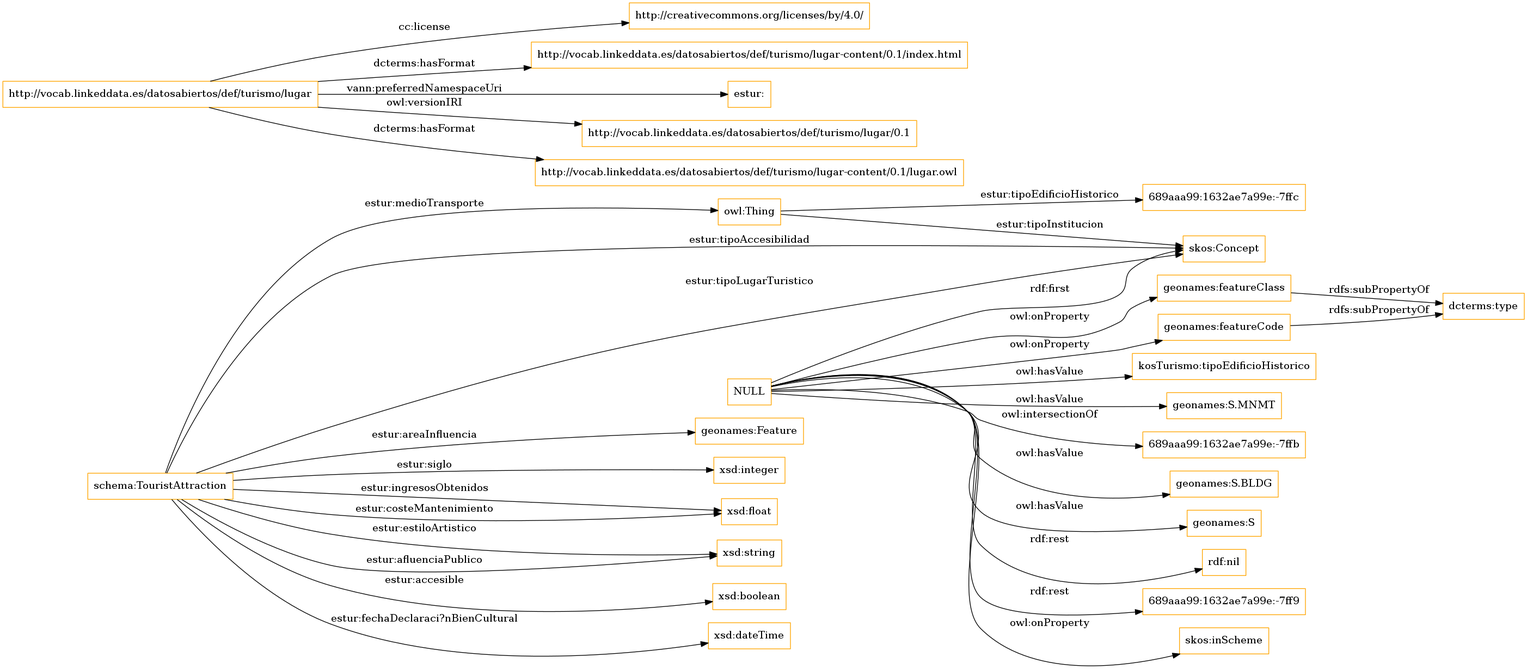
Before: OnToology/lugar.owl/diagrams/ar2dtool-class/lugar.owl.png, a diagram exported from Graphviz (ma-garcia/cultura-ocio-lugares-interes). Its source is kept beside it as OnToology/lugar.owl/diagrams/ar2dtool-class/lugar.owl.png.dot. Its diagram source:
```dot
digraph ar2dtool_diagram {
rankdir=LR;
size="1501"
node [shape = rectangle, color="orange"]; "689aaa99:1632ae7a99e:-7ffc" "geonames:Feature" "schema:TouristAttraction" "skos:Concept" ; /*classes style*/
	"http://vocab.linkeddata.es/datosabiertos/def/turismo/lugar" -> "http://creativecommons.org/licenses/by/4.0/" [ label = "cc:license" ];
	"http://vocab.linkeddata.es/datosabiertos/def/turismo/lugar" -> "http://vocab.linkeddata.es/datosabiertos/def/turismo/lugar-content/0.1/index.html" [ label = "dcterms:hasFormat" ];
	"http://vocab.linkeddata.es/datosabiertos/def/turismo/lugar" -> "estur:" [ label = "vann:preferredNamespaceUri" ];
	"http://vocab.linkeddata.es/datosabiertos/def/turismo/lugar" -> "http://vocab.linkeddata.es/datosabiertos/def/turismo/lugar/0.1" [ label = "owl:versionIRI" ];
	"http://vocab.linkeddata.es/datosabiertos/def/turismo/lugar" -> "http://vocab.linkeddata.es/datosabiertos/def/turismo/lugar-content/0.1/lugar.owl" [ label = "dcterms:hasFormat" ];
	"geonames:featureClass" -> "dcterms:type" [ label = "rdfs:subPropertyOf" ];
	"NULL" -> "geonames:featureCode" [ label = "owl:onProperty" ];
	"NULL" -> "kosTurismo:tipoEdificioHistorico" [ label = "owl:hasValue" ];
	"NULL" -> "geonames:S.MNMT" [ label = "owl:hasValue" ];
	"NULL" -> "689aaa99:1632ae7a99e:-7ffb" [ label = "owl:intersectionOf" ];
	"NULL" -> "skos:Concept" [ label = "rdf:first" ];
	"NULL" -> "geonames:S.BLDG" [ label = "owl:hasValue" ];
	"NULL" -> "geonames:S" [ label = "owl:hasValue" ];
	"NULL" -> "rdf:nil" [ label = "rdf:rest" ];
	"NULL" -> "689aaa99:1632ae7a99e:-7ff9" [ label = "rdf:rest" ];
	"NULL" -> "geonames:featureClass" [ label = "owl:onProperty" ];
	"NULL" -> "skos:inScheme" [ label = "owl:onProperty" ];
	"geonames:featureCode" -> "dcterms:type" [ label = "rdfs:subPropertyOf" ];
	"schema:TouristAttraction" -> "owl:Thing" [ label = "estur:medioTransporte" ];
	"owl:Thing" -> "689aaa99:1632ae7a99e:-7ffc" [ label = "estur:tipoEdificioHistorico" ];
	"owl:Thing" -> "skos:Concept" [ label = "estur:tipoInstitucion" ];
	"schema:TouristAttraction" -> "xsd:integer" [ label = "estur:siglo" ];
	"schema:TouristAttraction" -> "geonames:Feature" [ label = "estur:areaInfluencia" ];
	"schema:TouristAttraction" -> "skos:Concept" [ label = "estur:tipoAccesibilidad" ];
	"schema:TouristAttraction" -> "xsd:float" [ label = "estur:ingresosObtenidos" ];
	"schema:TouristAttraction" -> "skos:Concept" [ label = "estur:tipoLugarTuristico" ];
	"schema:TouristAttraction" -> "xsd:string" [ label = "estur:estiloArtistico" ];
	"schema:TouristAttraction" -> "xsd:string" [ label = "estur:afluenciaPublico" ];
	"schema:TouristAttraction" -> "xsd:boolean" [ label = "estur:accesible" ];
	"schema:TouristAttraction" -> "xsd:float" [ label = "estur:costeMantenimiento" ];
	"schema:TouristAttraction" -> "xsd:dateTime" [ label = "estur:fechaDeclaraci?nBienCultural" ];

}
```
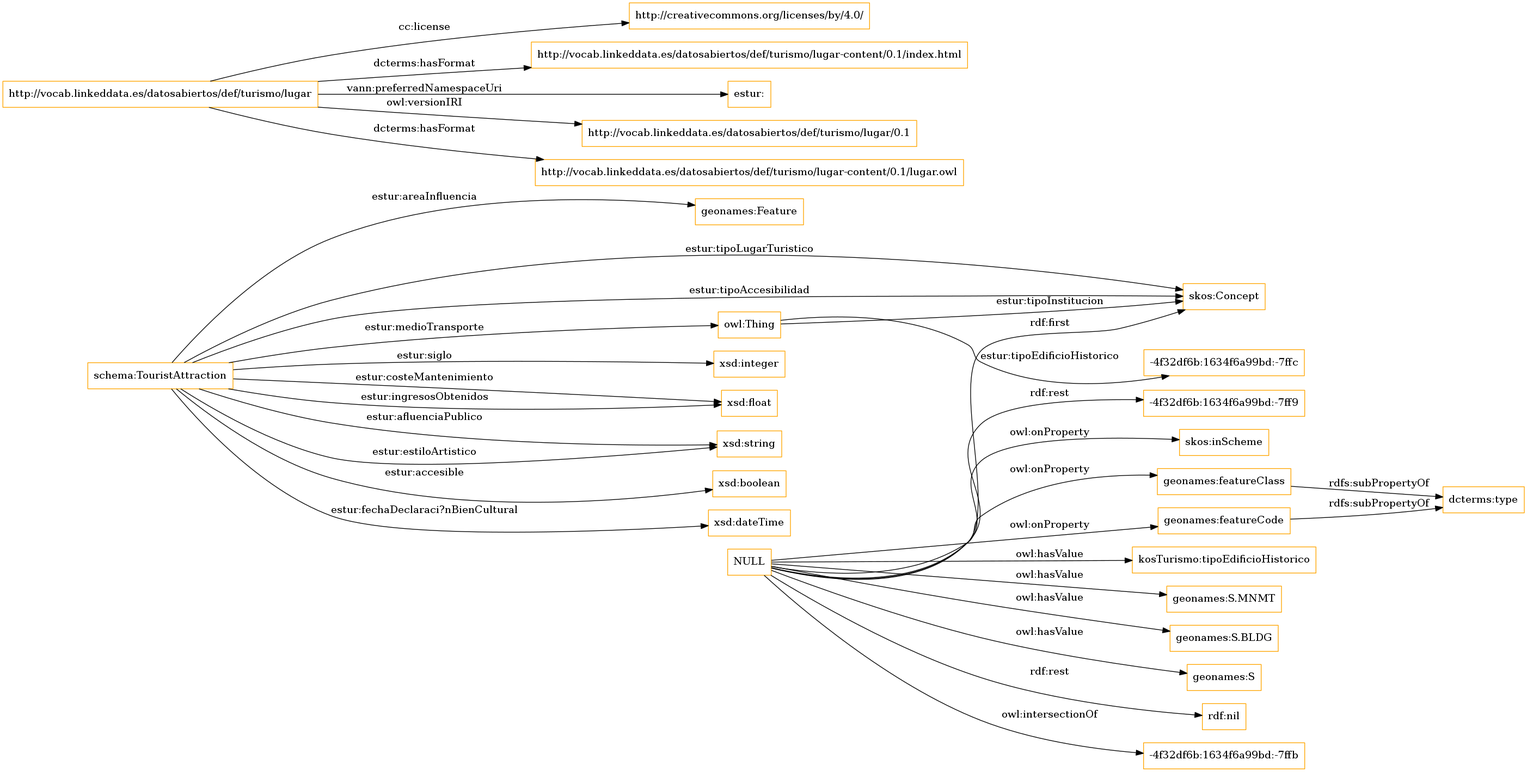
After the change.

Diff of the diagram source:
```diff
@@ -1,7 +1,7 @@
 digraph ar2dtool_diagram {
 rankdir=LR;
 size="1501"
-node [shape = rectangle, color="orange"]; "689aaa99:1632ae7a99e:-7ffc" "geonames:Feature" "schema:TouristAttraction" "skos:Concept" ; /*classes style*/
+node [shape = rectangle, color="orange"]; "geonames:Feature" "schema:TouristAttraction" "skos:Concept" "-4f32df6b:1634f6a99bd:-7ffc" ; /*classes style*/
 	"http://vocab.linkeddata.es/datosabiertos/def/turismo/lugar" -> "http://creativecommons.org/licenses/by/4.0/" [ label = "cc:license" ];
 	"http://vocab.linkeddata.es/datosabiertos/def/turismo/lugar" -> "http://vocab.linkeddata.es/datosabiertos/def/turismo/lugar-content/0.1/index.html" [ label = "dcterms:hasFormat" ];
 	"http://vocab.linkeddata.es/datosabiertos/def/turismo/lugar" -> "estur:" [ label = "vann:preferredNamespaceUri" ];
@@ -11,17 +11,17 @@
 	"NULL" -> "geonames:featureCode" [ label = "owl:onProperty" ];
 	"NULL" -> "kosTurismo:tipoEdificioHistorico" [ label = "owl:hasValue" ];
 	"NULL" -> "geonames:S.MNMT" [ label = "owl:hasValue" ];
-	"NULL" -> "689aaa99:1632ae7a99e:-7ffb" [ label = "owl:intersectionOf" ];
 	"NULL" -> "skos:Concept" [ label = "rdf:first" ];
 	"NULL" -> "geonames:S.BLDG" [ label = "owl:hasValue" ];
 	"NULL" -> "geonames:S" [ label = "owl:hasValue" ];
 	"NULL" -> "rdf:nil" [ label = "rdf:rest" ];
-	"NULL" -> "689aaa99:1632ae7a99e:-7ff9" [ label = "rdf:rest" ];
+	"NULL" -> "-4f32df6b:1634f6a99bd:-7ffb" [ label = "owl:intersectionOf" ];
+	"NULL" -> "-4f32df6b:1634f6a99bd:-7ff9" [ label = "rdf:rest" ];
 	"NULL" -> "geonames:featureClass" [ label = "owl:onProperty" ];
 	"NULL" -> "skos:inScheme" [ label = "owl:onProperty" ];
 	"geonames:featureCode" -> "dcterms:type" [ label = "rdfs:subPropertyOf" ];
 	"schema:TouristAttraction" -> "owl:Thing" [ label = "estur:medioTransporte" ];
-	"owl:Thing" -> "689aaa99:1632ae7a99e:-7ffc" [ label = "estur:tipoEdificioHistorico" ];
+	"owl:Thing" -> "-4f32df6b:1634f6a99bd:-7ffc" [ label = "estur:tipoEdificioHistorico" ];
 	"owl:Thing" -> "skos:Concept" [ label = "estur:tipoInstitucion" ];
 	"schema:TouristAttraction" -> "xsd:integer" [ label = "estur:siglo" ];
 	"schema:TouristAttraction" -> "geonames:Feature" [ label = "estur:areaInfluencia" ];
```
